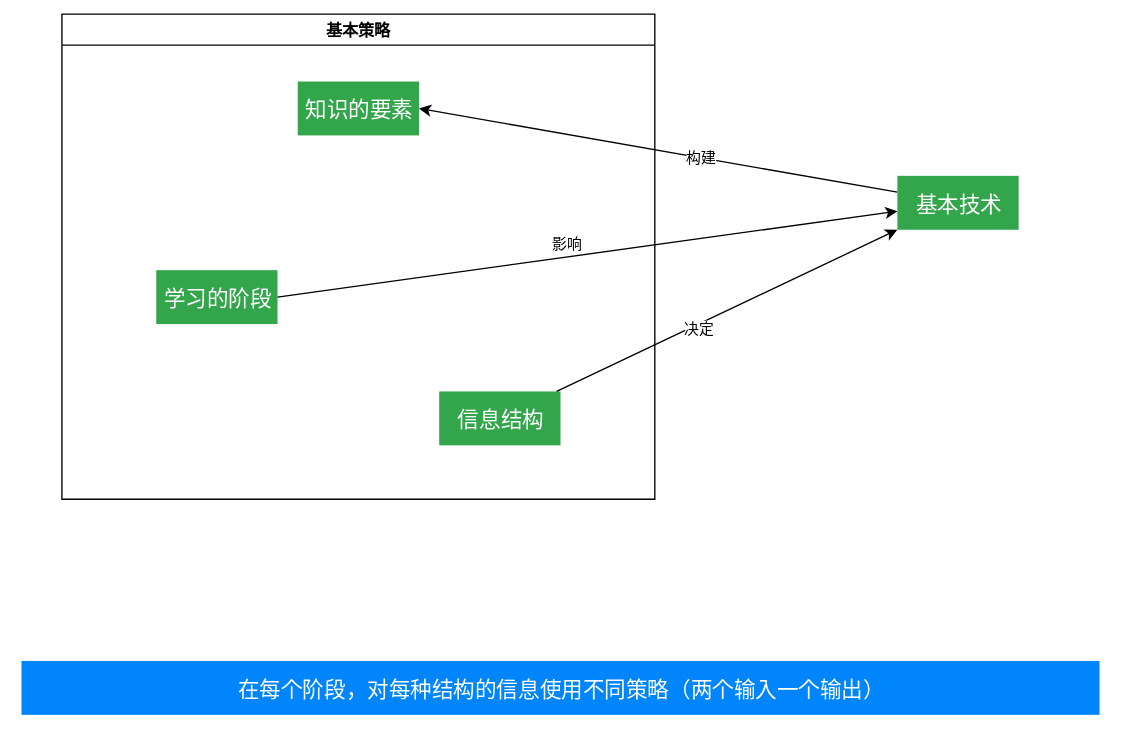
Before: 笔记/学习方法/img/整体性学习.svg, a diagram exported from draw.io (Echo-Yanglulu/obsidianPrivateNote). Source tidied: cells renumbered, new cells last; positions are measured from the earlier drawing's top-left corner, leaving out a move shared by most shapes. The source it was exported from:
```xml
<mxGraphModel shadow="1">
  <root>
    <mxCell id="0" />
    <mxCell id="1" parent="0" />
    <mxCell id="2" style="edgeStyle=none;html=1;entryX=1;entryY=0.5;entryDx=0;entryDy=0;" parent="1" edge="1" source="4" target="8">
      <mxGeometry relative="1" as="geometry" />
    </mxCell>
    <mxCell id="3" value="构建" style="edgeLabel;html=1;align=center;verticalAlign=middle;" parent="2" vertex="1">
      <mxGeometry x="-0.17" relative="1" as="geometry" />
    </mxCell>
    <mxCell id="4" value="基本技术" style="html=1;shadow=0;dashed=0;shape=mxgraph.bootstrap.rrect;rSize=5;strokeColor=none;strokeWidth=1;fillColor=#33A64C;fontColor=#FFFFFF;whiteSpace=wrap;align=center;verticalAlign=middle;spacingLeft=0;fontStyle=0;fontSize=16;spacing=5;" parent="1" vertex="1">
      <mxGeometry x="650" y="120" width="90" height="40" as="geometry" />
    </mxCell>
    <mxCell id="5" value="基本策略" style="swimlane;" parent="1" vertex="1">
      <mxGeometry x="30" width="440" height="360" as="geometry" />
    </mxCell>
    <mxCell id="6" value="学习的阶段" style="html=1;shadow=0;dashed=0;shape=mxgraph.bootstrap.rrect;rSize=5;strokeColor=none;strokeWidth=1;fillColor=#33A64C;fontColor=#FFFFFF;whiteSpace=wrap;align=center;verticalAlign=middle;spacingLeft=0;fontStyle=0;fontSize=16;spacing=5;" parent="5" vertex="1">
      <mxGeometry x="70" y="190" width="90" height="40" as="geometry" />
    </mxCell>
    <mxCell id="7" value="信息结构" style="html=1;shadow=0;dashed=0;shape=mxgraph.bootstrap.rrect;rSize=5;strokeColor=none;strokeWidth=1;fillColor=#33A64C;fontColor=#FFFFFF;whiteSpace=wrap;align=center;verticalAlign=middle;spacingLeft=0;fontStyle=0;fontSize=16;spacing=5;" parent="5" vertex="1">
      <mxGeometry x="280" y="280" width="90" height="40" as="geometry" />
    </mxCell>
    <mxCell id="8" value="知识的要素" style="html=1;shadow=0;dashed=0;shape=mxgraph.bootstrap.rrect;rSize=5;strokeColor=none;strokeWidth=1;fillColor=#33A64C;fontColor=#FFFFFF;whiteSpace=wrap;align=center;verticalAlign=middle;spacingLeft=0;fontStyle=0;fontSize=16;spacing=5;" parent="5" vertex="1">
      <mxGeometry x="175" y="50" width="90" height="40" as="geometry" />
    </mxCell>
    <mxCell id="9" style="edgeStyle=none;html=1;exitX=1;exitY=0.5;exitDx=0;exitDy=0;" parent="1" edge="1" source="6" target="4">
      <mxGeometry relative="1" as="geometry" />
    </mxCell>
    <mxCell id="10" value="影响" style="edgeLabel;html=1;align=center;verticalAlign=middle;" parent="9" vertex="1">
      <mxGeometry x="0.14" relative="1" as="geometry">
        <mxPoint x="-48" y="-4" as="offset" />
      </mxGeometry>
    </mxCell>
    <mxCell id="11" style="edgeStyle=none;html=1;entryX=0;entryY=1;entryDx=0;entryDy=0;" parent="1" edge="1" source="7" target="4">
      <mxGeometry relative="1" as="geometry" />
    </mxCell>
    <mxCell id="12" value="决定" style="edgeLabel;html=1;align=center;verticalAlign=middle;" parent="11" vertex="1">
      <mxGeometry x="-0.18" y="-3" relative="1" as="geometry" />
    </mxCell>
    <mxCell id="13" value="在每个阶段，对每种结构的信息使用不同策略（两个输入一个输出）" style="html=1;shadow=0;dashed=0;shape=mxgraph.bootstrap.rrect;rSize=5;strokeColor=none;strokeWidth=1;fillColor=#0085FC;fontColor=#FFFFFF;whiteSpace=wrap;align=center;verticalAlign=middle;spacingLeft=0;fontStyle=0;fontSize=16;spacing=5;" parent="1" vertex="1">
      <mxGeometry y="480" width="800" height="40" as="geometry" />
    </mxCell>
  </root>
</mxGraphModel>
```
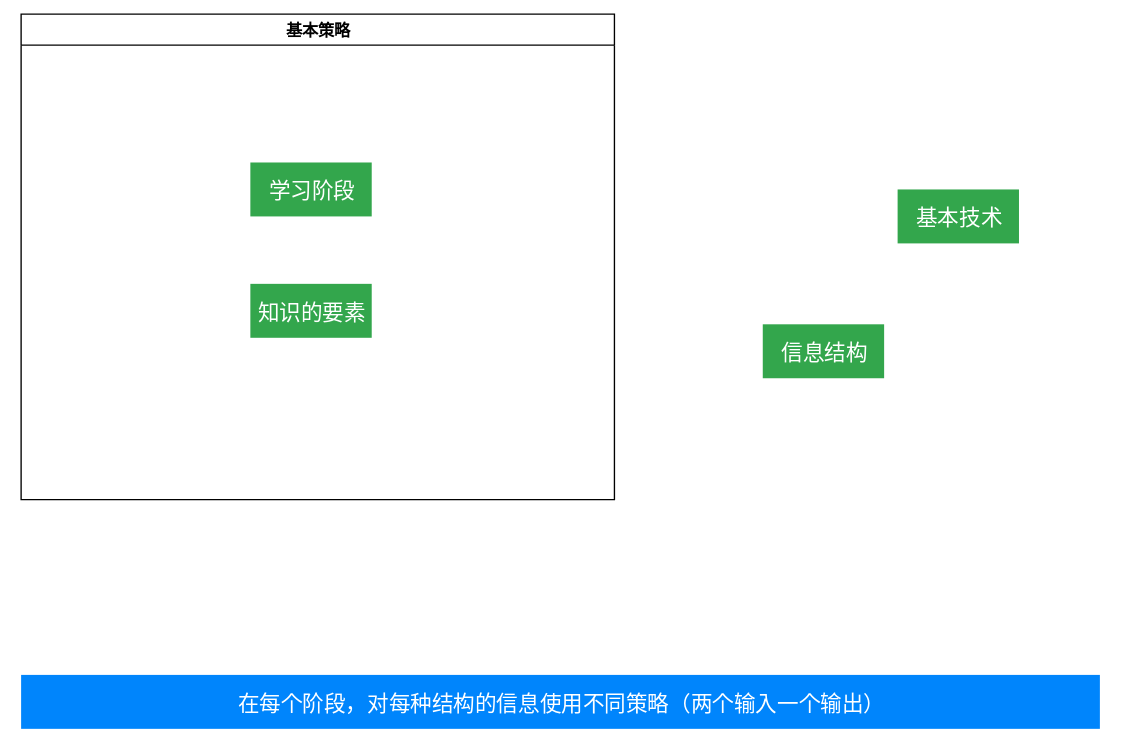
After the commit.

Change to the diagram source:
```diff
@@ -2,43 +2,23 @@
   <root>
     <mxCell id="0" />
     <mxCell id="1" parent="0" />
-    <mxCell id="2" style="edgeStyle=none;html=1;entryX=1;entryY=0.5;entryDx=0;entryDy=0;" parent="1" edge="1" source="4" target="8">
-      <mxGeometry relative="1" as="geometry" />
-    </mxCell>
-    <mxCell id="3" value="构建" style="edgeLabel;html=1;align=center;verticalAlign=middle;" parent="2" vertex="1">
-      <mxGeometry x="-0.17" relative="1" as="geometry" />
-    </mxCell>
     <mxCell id="4" value="基本技术" style="html=1;shadow=0;dashed=0;shape=mxgraph.bootstrap.rrect;rSize=5;strokeColor=none;strokeWidth=1;fillColor=#33A64C;fontColor=#FFFFFF;whiteSpace=wrap;align=center;verticalAlign=middle;spacingLeft=0;fontStyle=0;fontSize=16;spacing=5;" parent="1" vertex="1">
       <mxGeometry x="650" y="120" width="90" height="40" as="geometry" />
     </mxCell>
     <mxCell id="5" value="基本策略" style="swimlane;" parent="1" vertex="1">
-      <mxGeometry x="30" width="440" height="360" as="geometry" />
+      <mxGeometry y="-10" width="440" height="360" as="geometry" />
     </mxCell>
-    <mxCell id="6" value="学习的阶段" style="html=1;shadow=0;dashed=0;shape=mxgraph.bootstrap.rrect;rSize=5;strokeColor=none;strokeWidth=1;fillColor=#33A64C;fontColor=#FFFFFF;whiteSpace=wrap;align=center;verticalAlign=middle;spacingLeft=0;fontStyle=0;fontSize=16;spacing=5;" parent="5" vertex="1">
-      <mxGeometry x="70" y="190" width="90" height="40" as="geometry" />
+    <mxCell id="6" value="学习阶段" style="html=1;shadow=0;dashed=0;shape=mxgraph.bootstrap.rrect;rSize=5;strokeColor=none;strokeWidth=1;fillColor=#33A64C;fontColor=#FFFFFF;whiteSpace=wrap;align=center;verticalAlign=middle;spacingLeft=0;fontStyle=0;fontSize=16;spacing=5;" parent="5" vertex="1">
+      <mxGeometry x="170" y="110" width="90" height="40" as="geometry" />
     </mxCell>
+    <mxCell id="8" value="知识的要素" style="html=1;shadow=0;dashed=0;shape=mxgraph.bootstrap.rrect;rSize=5;strokeColor=none;strokeWidth=1;fillColor=#33A64C;fontColor=#FFFFFF;whiteSpace=wrap;align=center;verticalAlign=middle;spacingLeft=0;fontStyle=0;fontSize=16;spacing=5;" parent="5" vertex="1">
+      <mxGeometry x="170" y="200" width="90" height="40" as="geometry" />
+    </mxCell>
+    <mxCell id="13" value="在每个阶段，对每种结构的信息使用不同策略（两个输入一个输出）" style="html=1;shadow=0;dashed=0;shape=mxgraph.bootstrap.rrect;rSize=5;strokeColor=none;strokeWidth=1;fillColor=#0085FC;fontColor=#FFFFFF;whiteSpace=wrap;align=center;verticalAlign=middle;spacingLeft=0;fontStyle=0;fontSize=16;spacing=5;" parent="1" vertex="1">
+      <mxGeometry y="480" width="800" height="40" as="geometry" />
+    </mxCell>
-    <mxCell id="7" value="信息结构" style="html=1;shadow=0;dashed=0;shape=mxgraph.bootstrap.rrect;rSize=5;strokeColor=none;strokeWidth=1;fillColor=#33A64C;fontColor=#FFFFFF;whiteSpace=wrap;align=center;verticalAlign=middle;spacingLeft=0;fontStyle=0;fontSize=16;spacing=5;" parent="5" vertex="1">
-      <mxGeometry x="280" y="280" width="90" height="40" as="geometry" />
+    <mxCell id="7" value="信息结构" style="html=1;shadow=0;dashed=0;shape=mxgraph.bootstrap.rrect;rSize=5;strokeColor=none;strokeWidth=1;fillColor=#33A64C;fontColor=#FFFFFF;whiteSpace=wrap;align=center;verticalAlign=middle;spacingLeft=0;fontStyle=0;fontSize=16;spacing=5;" parent="1" vertex="1">
+      <mxGeometry x="550" y="220" width="90" height="40" as="geometry" />
     </mxCell>
-    <mxCell id="8" value="知识的要素" style="html=1;shadow=0;dashed=0;shape=mxgraph.bootstrap.rrect;rSize=5;strokeColor=none;strokeWidth=1;fillColor=#33A64C;fontColor=#FFFFFF;whiteSpace=wrap;align=center;verticalAlign=middle;spacingLeft=0;fontStyle=0;fontSize=16;spacing=5;" parent="5" vertex="1">
-      <mxGeometry x="175" y="50" width="90" height="40" as="geometry" />
-    </mxCell>
-    <mxCell id="9" style="edgeStyle=none;html=1;exitX=1;exitY=0.5;exitDx=0;exitDy=0;" parent="1" edge="1" source="6" target="4">
-      <mxGeometry relative="1" as="geometry" />
-    </mxCell>
-    <mxCell id="10" value="影响" style="edgeLabel;html=1;align=center;verticalAlign=middle;" parent="9" vertex="1">
-      <mxGeometry x="0.14" relative="1" as="geometry">
-        <mxPoint x="-48" y="-4" as="offset" />
-      </mxGeometry>
-    </mxCell>
-    <mxCell id="11" style="edgeStyle=none;html=1;entryX=0;entryY=1;entryDx=0;entryDy=0;" parent="1" edge="1" source="7" target="4">
-      <mxGeometry relative="1" as="geometry" />
-    </mxCell>
-    <mxCell id="12" value="决定" style="edgeLabel;html=1;align=center;verticalAlign=middle;" parent="11" vertex="1">
-      <mxGeometry x="-0.18" y="-3" relative="1" as="geometry" />
-    </mxCell>
-    <mxCell id="13" value="在每个阶段，对每种结构的信息使用不同策略（两个输入一个输出）" style="html=1;shadow=0;dashed=0;shape=mxgraph.bootstrap.rrect;rSize=5;strokeColor=none;strokeWidth=1;fillColor=#0085FC;fontColor=#FFFFFF;whiteSpace=wrap;align=center;verticalAlign=middle;spacingLeft=0;fontStyle=0;fontSize=16;spacing=5;" parent="1" vertex="1">
-      <mxGeometry y="480" width="800" height="40" as="geometry" />
-    </mxCell>
   </root>
 </mxGraphModel>
```
